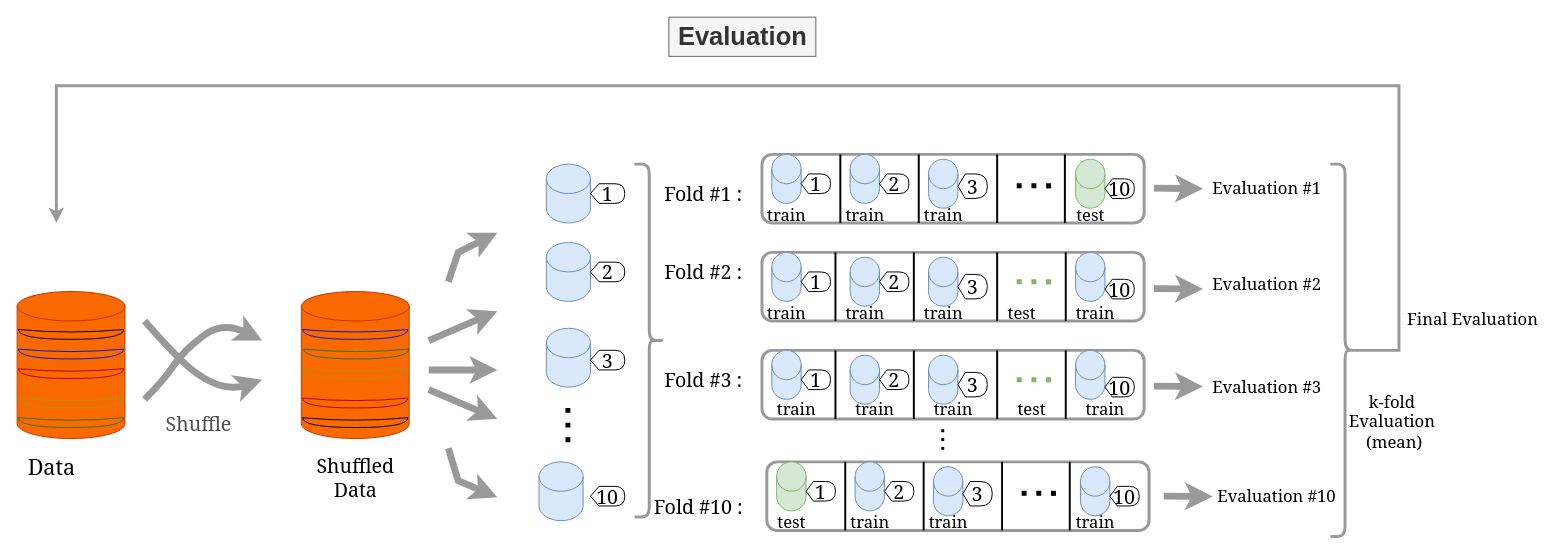
Above: page "Evalution_models" (6 of 6) of Diagramme sans nom.drawio in papasega/DeepLearning_Shared_PSW (draw.io), before the change. Source tidied: cells renumbered, new cells numbered last; positions are measured from the earlier drawing's top-left corner, leaving out a move shared by most shapes. Both pictures are drawn from the tidied source at 98%, with x=0, y=0 at pixel (17, 17).
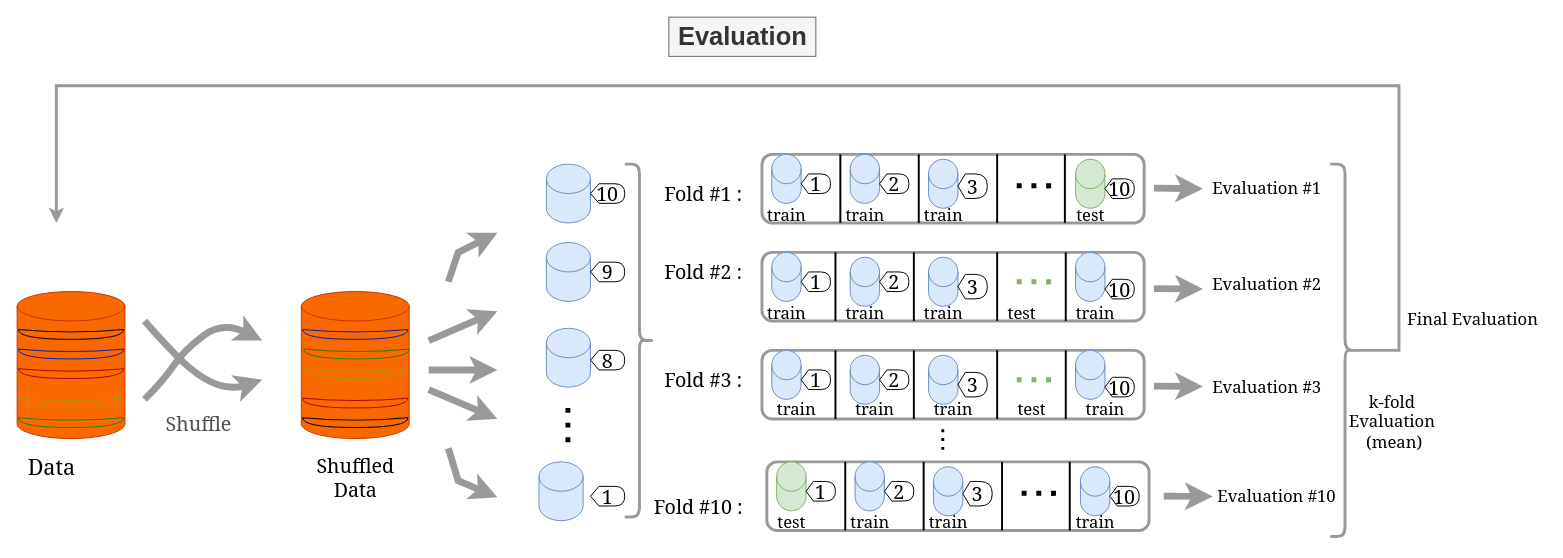
The same diagram, later.

Diff of the diagram source:
```diff
@@
-    <mxCell id="30" value="1" style="shape=display;whiteSpace=wrap;html=1;fontFamily=Georgia;fontSize=20;fontColor=#000000;" parent="1" vertex="1">
+    <mxCell id="30" value="10" style="shape=display;whiteSpace=wrap;html=1;fontFamily=Georgia;fontSize=20;fontColor=#000000;" parent="1" vertex="1">
       <mxGeometry x="585" y="170" width="35" height="20" as="geometry" />
     </mxCell>
-    <mxCell id="31" value="2" style="shape=display;whiteSpace=wrap;html=1;fontFamily=Georgia;fontSize=20;fontColor=#000000;" parent="1" vertex="1">
+    <mxCell id="31" value="9" style="shape=display;whiteSpace=wrap;html=1;fontFamily=Georgia;fontSize=20;fontColor=#000000;" parent="1" vertex="1">
       <mxGeometry x="585" y="250" width="35" height="20" as="geometry" />
     </mxCell>
-    <mxCell id="32" value="3" style="shape=display;whiteSpace=wrap;html=1;fontFamily=Georgia;fontSize=20;fontColor=#000000;" parent="1" vertex="1">
+    <mxCell id="32" value="8" style="shape=display;whiteSpace=wrap;html=1;fontFamily=Georgia;fontSize=20;fontColor=#000000;" parent="1" vertex="1">
       <mxGeometry x="585" y="340" width="35" height="20" as="geometry" />
     </mxCell>
-    <mxCell id="33" value="10" style="shape=display;whiteSpace=wrap;html=1;fontFamily=Georgia;fontSize=20;fontColor=#000000;" parent="1" vertex="1">
+    <mxCell id="33" value="1" style="shape=display;whiteSpace=wrap;html=1;fontFamily=Georgia;fontSize=20;fontColor=#000000;" parent="1" vertex="1">
       <mxGeometry x="585" y="478.8" width="35" height="20" as="geometry" />
     </mxCell>
     <mxCell id="34" style="shape=curlyBracket;whiteSpace=wrap;html=1;rounded=1;flipH=1;fontFamily=Georgia;fontSize=20;fontColor=#000000;strokeWidth=3;strokeColor=#999999;" parent="1" vertex="1">
-      <mxGeometry x="630" y="150" width="30" height="360" as="geometry" />
+      <mxGeometry x="620" y="150" width="30" height="360" as="geometry" />
     </mxCell>
```
